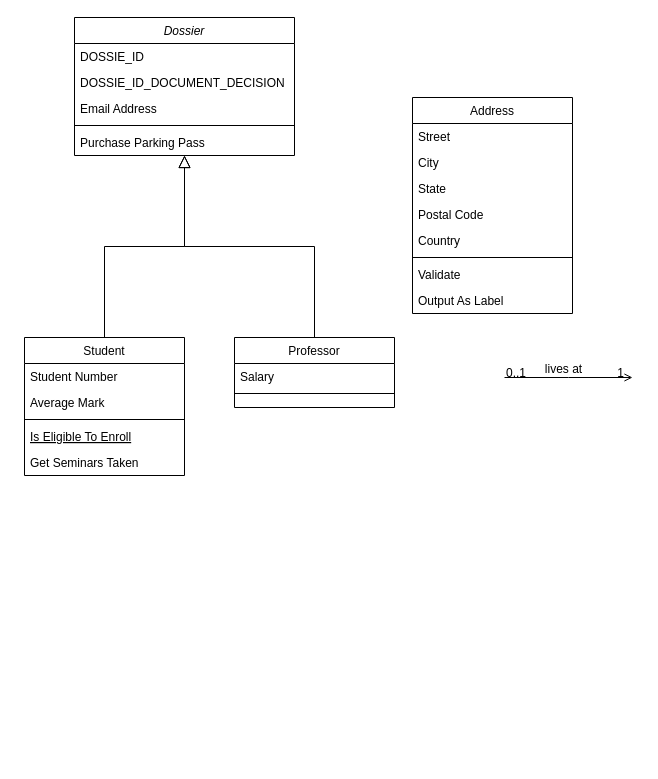
Earlier version of the draw.io diagram Diagramme sans nom.drawio (Jorissalmon/DU_Data_Management). Source tidied: cells renumbered, new cells numbered last; positions are measured from the earlier drawing's top-left corner, leaving out a move shared by most shapes. Both pictures are drawn from the tidied source at 100%, with x=0, y=0 at pixel (24, 17).
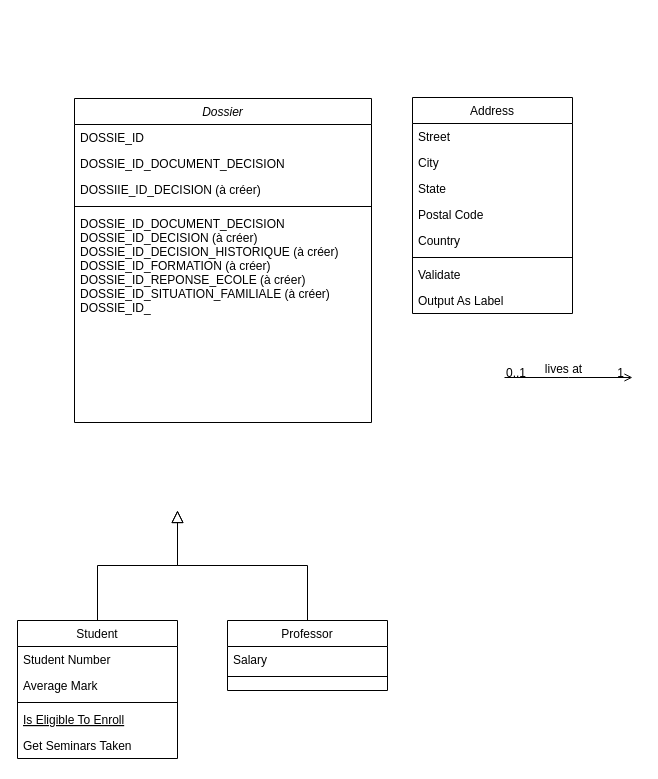
After the change.

Diff of the diagram source:
```diff
@@
     <mxCell id="2" value="Dossier" style="swimlane;fontStyle=2;align=center;verticalAlign=top;horizontal=1;startSize=26;rounded=0;shadow=0;strokeWidth=1;" parent="1" vertex="1">
-      <mxGeometry x="50" width="220" height="138" as="geometry" />
+      <mxGeometry x="50" y="81" width="297" height="324" as="geometry" />
     </mxCell>
     <mxCell id="3" value="DOSSIE_ID" style="text;align=left;verticalAlign=top;spacingLeft=4;spacingRight=4;overflow=hidden;" parent="2" vertex="1">
-      <mxGeometry y="26" width="220" height="26" as="geometry" />
+      <mxGeometry y="26" width="297" height="26" as="geometry" />
     </mxCell>
     <mxCell id="4" value="DOSSIE_ID_DOCUMENT_DECISION" style="text;align=left;verticalAlign=top;spacingLeft=4;spacingRight=4;overflow=hidden;rounded=0;shadow=0;html=0;" parent="2" vertex="1">
-      <mxGeometry y="52" width="220" height="26" as="geometry" />
+      <mxGeometry y="52" width="297" height="26" as="geometry" />
     </mxCell>
-    <mxCell id="5" value="Email Address" style="text;align=left;verticalAlign=top;spacingLeft=4;spacingRight=4;overflow=hidden;rounded=0;shadow=0;html=0;" parent="2" vertex="1">
-      <mxGeometry y="78" width="220" height="26" as="geometry" />
+    <mxCell id="5" value="DOSSIIE_ID_DECISION (à créer)" style="text;align=left;verticalAlign=top;spacingLeft=4;spacingRight=4;overflow=hidden;rounded=0;shadow=0;html=0;" parent="2" vertex="1">
+      <mxGeometry y="78" width="297" height="26" as="geometry" />
     </mxCell>
     <mxCell id="6" style="line;html=1;strokeWidth=1;align=left;verticalAlign=middle;spacingTop=-1;spacingLeft=3;spacingRight=3;labelPosition=right;" parent="2" vertex="1">
-      <mxGeometry y="104" width="220" height="8" as="geometry" />
+      <mxGeometry y="104" width="297" height="8" as="geometry" />
     </mxCell>
-    <mxCell id="7" value="Purchase Parking Pass" style="text;align=left;verticalAlign=top;spacingLeft=4;spacingRight=4;overflow=hidden;" parent="2" vertex="1">
-      <mxGeometry y="112" width="220" height="26" as="geometry" />
+    <mxCell id="7" value="DOSSIE_ID_DOCUMENT_DECISION&#10;DOSSIE_ID_DECISION (à créer)&#10;DOSSIE_ID_DECISION_HISTORIQUE (à créer)&#10;DOSSIE_ID_FORMATION (à créer)&#10;DOSSIE_ID_REPONSE_ECOLE (à créer)&#10;DOSSIE_ID_SITUATION_FAMILIALE (à créer)&#10;DOSSIE_ID_&#10;&#10;" style="text;align=left;verticalAlign=top;spacingLeft=4;spacingRight=4;overflow=hidden;" parent="2" vertex="1">
+      <mxGeometry y="112" width="297" height="208" as="geometry" />
     </mxCell>
     <mxCell id="8" value="Student" style="swimlane;fontStyle=0;align=center;verticalAlign=top;horizontal=1;startSize=26;rounded=0;shadow=0;strokeWidth=1;" parent="1" vertex="1">
-      <mxGeometry y="320" width="160" height="138" as="geometry" />
+      <mxGeometry x="-7" y="603" width="160" height="138" as="geometry" />
     </mxCell>
@@
-    <mxCell id="14" style="endArrow=block;endSize=10;endFill=0;shadow=0;strokeWidth=1;rounded=0;curved=0;edgeStyle=elbowEdgeStyle;elbow=vertical;" parent="1" edge="1" source="8" target="2">
-      <mxGeometry relative="1" as="geometry" />
+    <mxCell id="14" style="endArrow=block;endSize=10;endFill=0;shadow=0;strokeWidth=1;rounded=0;curved=0;edgeStyle=elbowEdgeStyle;elbow=vertical;" parent="1" edge="1" source="8">
+      <mxGeometry relative="1" as="geometry">
+        <mxPoint x="153" y="493" as="targetPoint" />
+      </mxGeometry>
     </mxCell>
     <mxCell id="15" value="Professor" style="swimlane;fontStyle=0;align=center;verticalAlign=top;horizontal=1;startSize=26;rounded=0;shadow=0;strokeWidth=1;" parent="1" vertex="1">
-      <mxGeometry x="210" y="320" width="160" height="70" as="geometry" />
+      <mxGeometry x="203" y="603" width="160" height="70" as="geometry" />
     </mxCell>
@@
-    <mxCell id="18" style="endArrow=block;endSize=10;endFill=0;shadow=0;strokeWidth=1;rounded=0;curved=0;edgeStyle=elbowEdgeStyle;elbow=vertical;" parent="1" edge="1" source="15" target="2">
-      <mxGeometry relative="1" as="geometry" />
+    <mxCell id="18" style="endArrow=block;endSize=10;endFill=0;shadow=0;strokeWidth=1;rounded=0;curved=0;edgeStyle=elbowEdgeStyle;elbow=vertical;" parent="1" edge="1" source="15">
+      <mxGeometry relative="1" as="geometry">
+        <mxPoint x="153" y="493" as="targetPoint" />
+      </mxGeometry>
     </mxCell>
```
